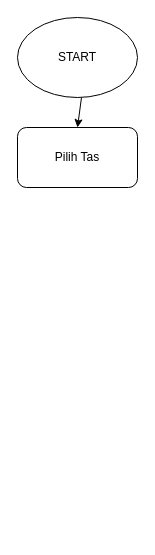
ViaSafira/via_safira-kalkulator-_diskon_tas keeps this draw.io diagram as flowchart.drawio. Above is the earlier version. Source tidied: cells renumbered, new cells numbered last; positions are measured from the earlier drawing's top-left corner, leaving out a move shared by most shapes. Both pictures are drawn from the tidied source at 100%, with x=0, y=0 at pixel (17, 17).
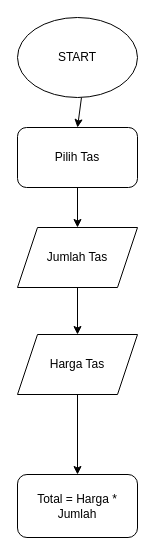
The same page after the edit.

Commit message:
perhitungan variabel jumlah, harga dan total

What changed in the source:
```diff
@@
 <mxGraphModel>
   <root>
     <mxCell id="0" />
     <mxCell id="1" parent="0" />
     <mxCell id="2" style="edgeStyle=none;html=1;" parent="1" edge="1" source="3" target="4">
       <mxGeometry relative="1" as="geometry" />
     </mxCell>
     <mxCell id="3" value="START" style="ellipse;whiteSpace=wrap;html=1;" parent="1" vertex="1">
       <mxGeometry width="120" height="80" as="geometry" />
     </mxCell>
+    <mxCell id="5" style="edgeStyle=none;html=1;" parent="1" edge="1" source="4" target="7">
+      <mxGeometry relative="1" as="geometry" />
+    </mxCell>
     <mxCell id="4" value="Pilih Tas" style="rounded=1;whiteSpace=wrap;html=1;" parent="1" vertex="1">
       <mxGeometry y="110" width="120" height="60" as="geometry" />
     </mxCell>
+    <mxCell id="6" style="edgeStyle=none;html=1;" parent="1" edge="1" source="7" target="9">
+      <mxGeometry relative="1" as="geometry" />
+    </mxCell>
+    <mxCell id="7" value="Jumlah Tas" style="shape=parallelogram;perimeter=parallelogramPerimeter;whiteSpace=wrap;html=1;fixedSize=1;" parent="1" vertex="1">
+      <mxGeometry y="210" width="120" height="60" as="geometry" />
+    </mxCell>
+    <mxCell id="8" style="edgeStyle=none;html=1;" parent="1" edge="1" source="9" target="10">
+      <mxGeometry relative="1" as="geometry" />
+    </mxCell>
+    <mxCell id="9" value="Harga Tas" style="shape=parallelogram;perimeter=parallelogramPerimeter;whiteSpace=wrap;html=1;fixedSize=1;" parent="1" vertex="1">
+      <mxGeometry y="317" width="120" height="60" as="geometry" />
+    </mxCell>
+    <mxCell id="10" value="Total = Harga * Jumlah" style="rounded=1;whiteSpace=wrap;html=1;" parent="1" vertex="1">
+      <mxGeometry y="457" width="120" height="63" as="geometry" />
+    </mxCell>
   </root>
 </mxGraphModel>
```
